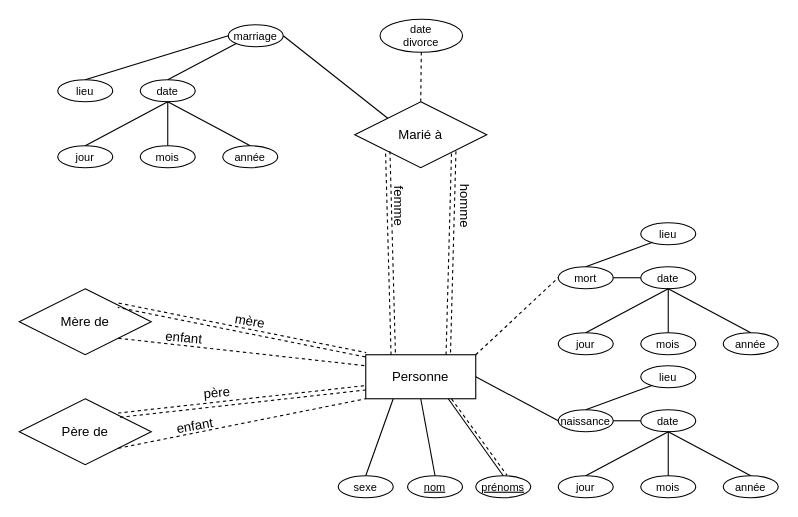
This is page "Exercice-1" (1 of 2) of Diagramme.drawio from jeanclaude-desrosiers/ift2935-devoir1, a draw.io file, before an edit. Source tidied: cells renumbered, new cells numbered last; positions are measured from the earlier drawing's top-left corner, leaving out a move shared by most shapes. Both pictures are drawn from the tidied source at 110%, with x=0, y=0 at pixel (19, 19).
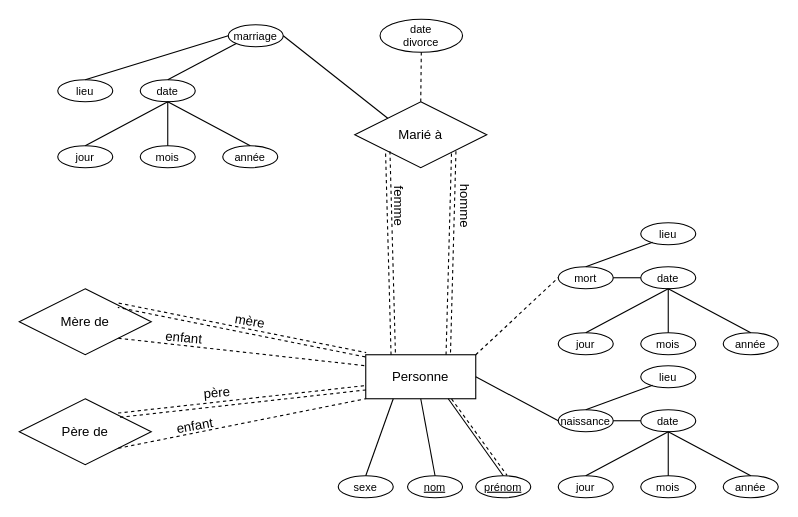
The same diagram, later.

Commit message:
Nit-pick sur 'Exercice-1'

What changed in the source:
```diff
@@
-    <mxCell id="56" value="prénoms" style="ellipse;whiteSpace=wrap;html=1;align=center;fontStyle=4;fontSize=10;" parent="1" vertex="1">
+    <mxCell id="56" value="prénom" style="ellipse;whiteSpace=wrap;html=1;align=center;fontStyle=4;fontSize=10;" parent="1" vertex="1">
       <mxGeometry x="415" y="415" width="50" height="20" as="geometry" />
     </mxCell>
```
